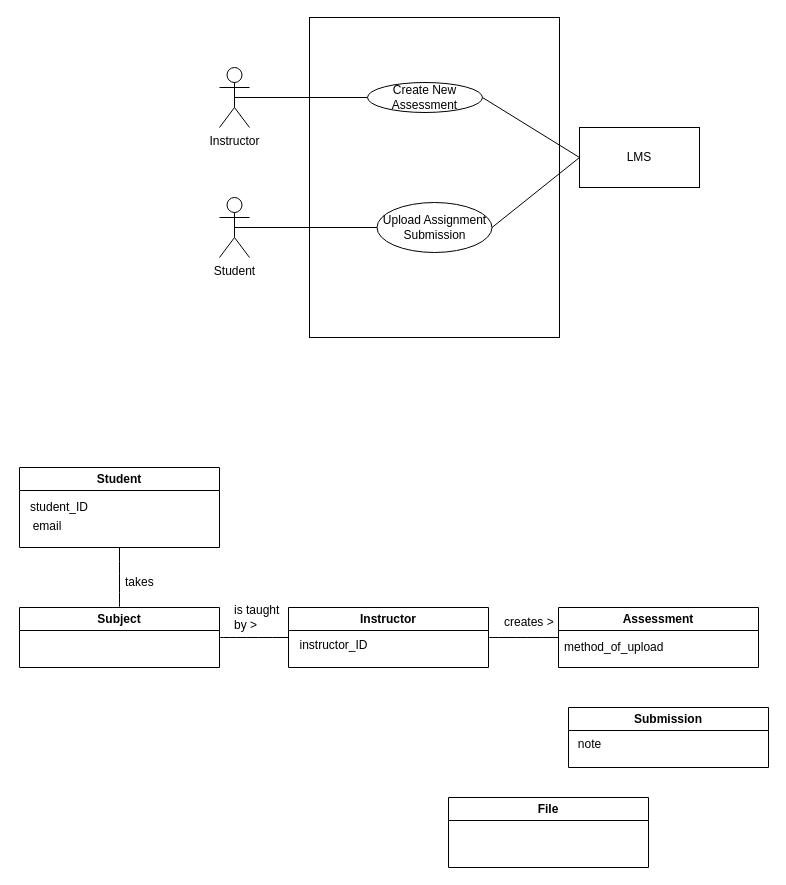
Above: domain_model_Workshop_2.drawio in antonykimuom/SWEN30006-2025-SM1-workshop1-tuew05-14-00-team-12 (draw.io), before the change. Source tidied: cells renumbered, new cells numbered last; positions are measured from the earlier drawing's top-left corner, leaving out a move shared by most shapes. Both pictures are drawn from the tidied source at 100%, with x=0, y=0 at pixel (17, 17).
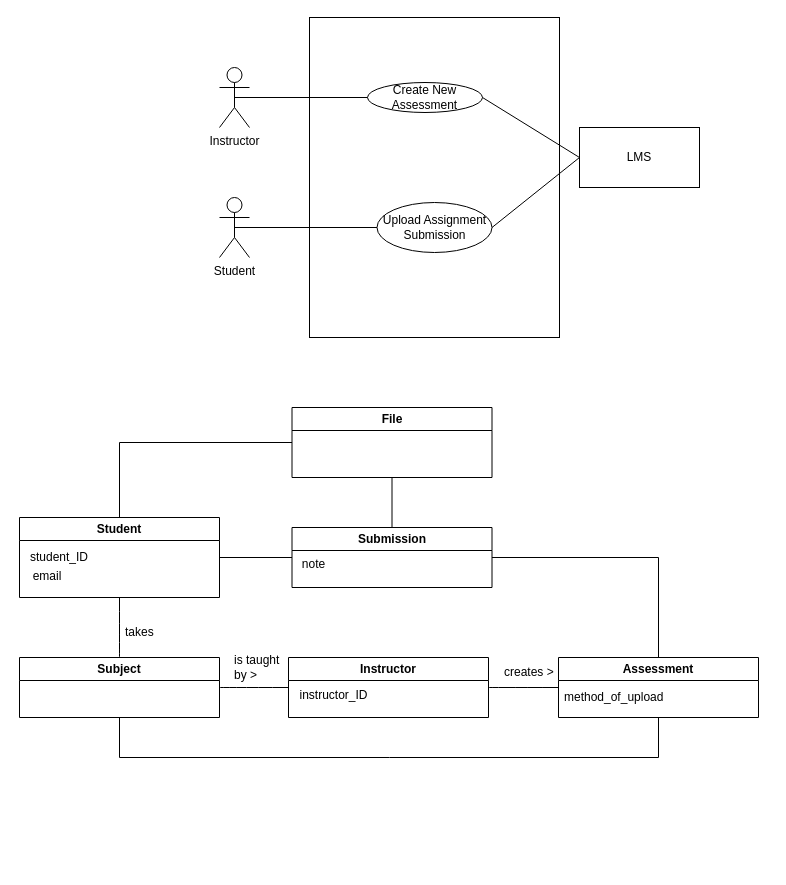
The same diagram, later.

Diff of the diagram source:
```diff
@@
     <mxCell id="12" value="Student" style="swimlane;whiteSpace=wrap;html=1;" parent="1" vertex="1">
-      <mxGeometry x="2" y="450" width="200" height="80" as="geometry" />
+      <mxGeometry x="2" y="500" width="200" height="80" as="geometry" />
     </mxCell>
@@
     <mxCell id="15" value="Instructor" style="swimlane;whiteSpace=wrap;html=1;" parent="1" vertex="1">
-      <mxGeometry x="271" y="590" width="200" height="60" as="geometry" />
+      <mxGeometry x="271" y="640" width="200" height="60" as="geometry" />
     </mxCell>
@@
     <mxCell id="17" value="Assessment" style="swimlane;whiteSpace=wrap;html=1;" parent="1" vertex="1">
-      <mxGeometry x="541" y="590" width="200" height="60" as="geometry" />
+      <mxGeometry x="541" y="640" width="200" height="60" as="geometry" />
     </mxCell>
@@
     <mxCell id="19" value="Submission" style="swimlane;whiteSpace=wrap;html=1;" parent="1" vertex="1">
-      <mxGeometry x="551" y="690" width="200" height="60" as="geometry" />
+      <mxGeometry x="274.5" y="510" width="200" height="60" as="geometry" />
     </mxCell>
@@
     <mxCell id="21" value="File" style="swimlane;whiteSpace=wrap;html=1;" parent="1" vertex="1">
-      <mxGeometry x="431" y="780" width="200" height="70" as="geometry" />
+      <mxGeometry x="274.5" y="390" width="200" height="70" as="geometry" />
     </mxCell>
     <mxCell id="22" value="Subject" style="swimlane;whiteSpace=wrap;html=1;" parent="1" vertex="1">
-      <mxGeometry x="2" y="590" width="200" height="60" as="geometry" />
+      <mxGeometry x="2" y="640" width="200" height="60" as="geometry" />
     </mxCell>
     <mxCell id="23" style="endArrow=none;html=1;rounded=0;fontSize=12;startSize=8;endSize=8;curved=1;entryX=0;entryY=0.5;entryDx=0;entryDy=0;" parent="1" edge="1" target="17">
       <mxGeometry relative="1" as="geometry">
-        <mxPoint x="471" y="620" as="sourcePoint" />
+        <mxPoint x="471" y="670" as="sourcePoint" />
       </mxGeometry>
     </mxCell>
     <mxCell id="24" value="creates &amp;gt;" style="text;strokeColor=none;fillColor=none;align=left;verticalAlign=middle;spacingLeft=4;spacingRight=4;overflow=hidden;whiteSpace=wrap;html=1;" parent="1" vertex="1">
-      <mxGeometry x="481" y="590" width="80" height="30" as="geometry" />
+      <mxGeometry x="481" y="640" width="80" height="30" as="geometry" />
     </mxCell>
@@
     <mxCell id="26" value="is taught by &amp;gt;" style="text;strokeColor=none;fillColor=none;align=left;verticalAlign=middle;spacingLeft=4;spacingRight=4;overflow=hidden;whiteSpace=wrap;html=1;" parent="1" vertex="1">
-      <mxGeometry x="211" y="580" width="60" height="40" as="geometry" />
+      <mxGeometry x="211" y="630" width="60" height="40" as="geometry" />
     </mxCell>
@@
     <mxCell id="28" value="takes" style="text;strokeColor=none;fillColor=none;align=left;verticalAlign=middle;spacingLeft=4;spacingRight=4;overflow=hidden;whiteSpace=wrap;html=1;" parent="1" vertex="1">
-      <mxGeometry x="102" y="550" width="80" height="30" as="geometry" />
+      <mxGeometry x="102" y="600" width="80" height="30" as="geometry" />
     </mxCell>
+    <mxCell id="29" style="endArrow=none;html=1;rounded=0;entryX=0;entryY=0.5;entryDx=0;entryDy=0;exitX=1;exitY=0.5;exitDx=0;exitDy=0;" parent="1" edge="1" source="12" target="19">
+      <mxGeometry relative="1" as="geometry" />
+    </mxCell>
+    <mxCell id="30" style="endArrow=none;html=1;rounded=0;entryX=0.5;entryY=1;entryDx=0;entryDy=0;exitX=0.5;exitY=0;exitDx=0;exitDy=0;" parent="1" edge="1" source="19" target="21">
+      <mxGeometry relative="1" as="geometry" />
+    </mxCell>
+    <mxCell id="31" style="endArrow=none;html=1;rounded=0;entryX=0.5;entryY=0;entryDx=0;entryDy=0;exitX=0;exitY=0.5;exitDx=0;exitDy=0;" parent="1" edge="1" source="21" target="12">
+      <mxGeometry relative="1" as="geometry">
+        <Array as="points">
+          <mxPoint x="102" y="425" />
+        </Array>
+      </mxGeometry>
+    </mxCell>
+    <mxCell id="32" style="endArrow=none;html=1;rounded=0;entryX=1;entryY=0.5;entryDx=0;entryDy=0;exitX=0.5;exitY=0;exitDx=0;exitDy=0;" parent="1" edge="1" source="17" target="19">
+      <mxGeometry relative="1" as="geometry">
+        <Array as="points">
+          <mxPoint x="641" y="540" />
+        </Array>
+      </mxGeometry>
+    </mxCell>
+    <mxCell id="33" style="endArrow=none;html=1;rounded=0;exitX=0.5;exitY=1;exitDx=0;exitDy=0;entryX=0.5;entryY=1;entryDx=0;entryDy=0;" parent="1" edge="1" source="22" target="17">
+      <mxGeometry relative="1" as="geometry">
+        <Array as="points">
+          <mxPoint x="102" y="740" />
+          <mxPoint x="372" y="740" />
+          <mxPoint x="641" y="740" />
+        </Array>
+      </mxGeometry>
+    </mxCell>
```
